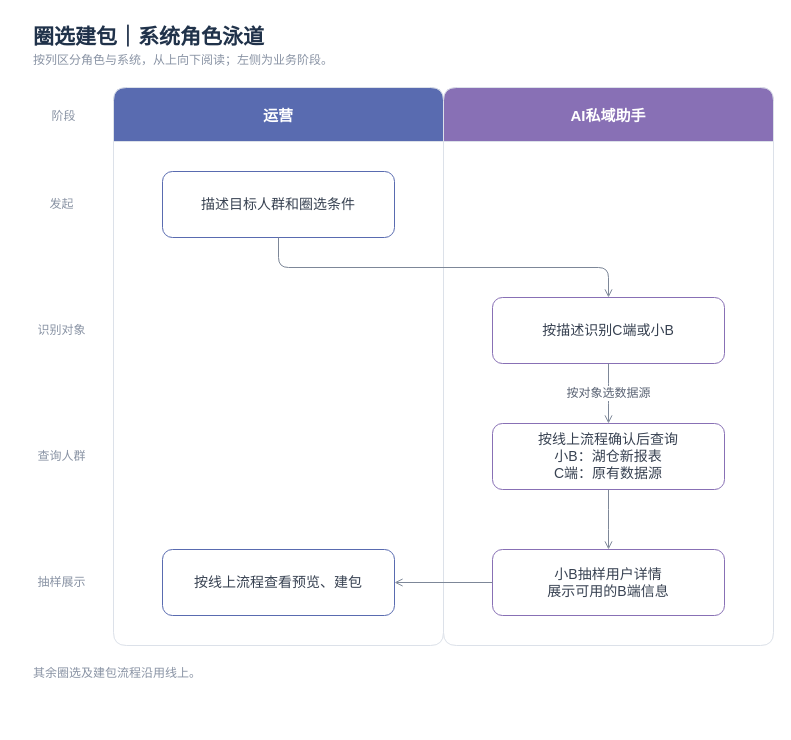
Above: page "圈选建包｜系统角色泳道" (1 of 3) of message-notifications/消息通知-角色与系统业务流程.drawio in JZT-AI/ai-proactive-activation (draw.io), before the change. Source tidied: cells renumbered, new cells numbered last; positions are measured from the earlier drawing's top-left corner, leaving out a move shared by most shapes. Both pictures are drawn from the tidied source at 100%, with x=0, y=0 at pixel (17, 17).
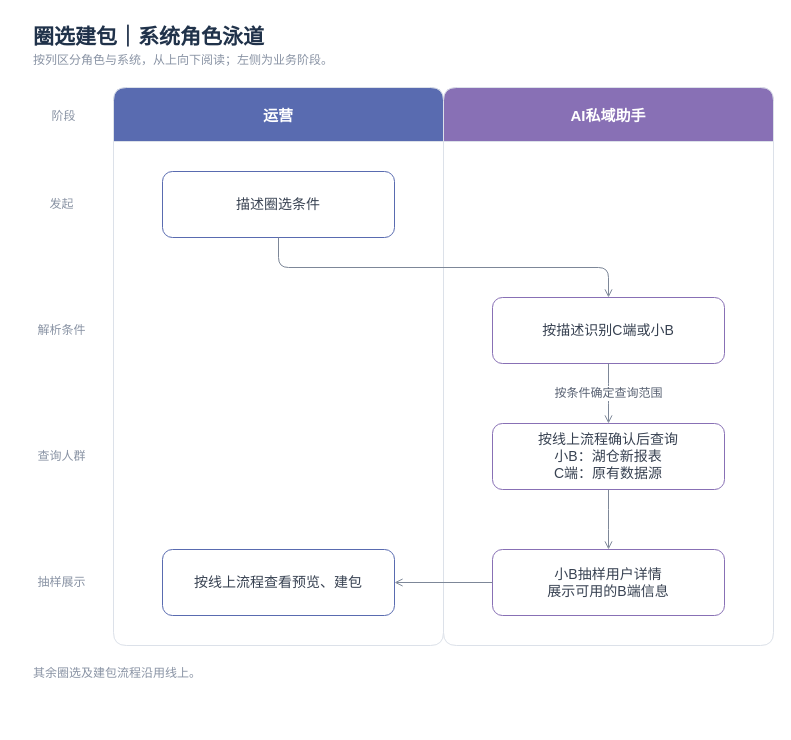
After the change.

Unchanged cells that the change refers to:
```xml
<mxCell id="5" value="运营" style="swimlane;horizontal=1;startSize=54;rounded=1;arcSize=8;fillColor=#596bb0;swimlaneFillColor=#ffffff;strokeColor=#dce1e9;fontColor=#ffffff;fontSize=15;fontStyle=1;" parent="1" vertex="1">
  <mxGeometry x="96" y="70" width="330" height="558" as="geometry" />
</mxCell>
<mxCell id="12" value="按描述识别C端或小B" style="rounded=1;whiteSpace=wrap;html=1;fillColor=#ffffff;strokeColor=#8870b5;strokeWidth=1;fontColor=#374151;fontSize=14;spacing=8;" parent="6" vertex="1">
  <mxGeometry x="49" y="210" width="232" height="66" as="geometry" />
</mxCell>
<mxCell id="13" value="按线上流程确认后查询&lt;br&gt;小B：湖仓新报表&lt;br&gt;C端：原有数据源" style="rounded=1;whiteSpace=wrap;html=1;fillColor=#ffffff;strokeColor=#8870b5;strokeWidth=1;fontColor=#374151;fontSize=14;spacing=8;" parent="6" vertex="1">
  <mxGeometry x="49" y="336" width="232" height="66" as="geometry" />
</mxCell>
```

Change to the diagram source:
```diff
@@
-    <mxCell id="8" value="识别对象" style="text;html=1;fontSize=12;fontColor=#8993a4;align=center;" parent="1" vertex="1">
+    <mxCell id="8" value="解析条件" style="text;html=1;fontSize=12;fontColor=#8993a4;align=center;" parent="1" vertex="1">
       <mxGeometry y="299" width="88" height="28" as="geometry" />
     </mxCell>
@@
-    <mxCell id="11" value="描述目标人群和圈选条件" style="rounded=1;whiteSpace=wrap;html=1;fillColor=#ffffff;strokeColor=#596bb0;strokeWidth=1;fontColor=#374151;fontSize=14;spacing=8;" parent="5" vertex="1">
+    <mxCell id="11" value="描述圈选条件" style="rounded=1;whiteSpace=wrap;html=1;fillColor=#ffffff;strokeColor=#596bb0;strokeWidth=1;fontColor=#374151;fontSize=14;spacing=8;" parent="5" vertex="1">
       <mxGeometry x="49" y="84" width="232" height="66" as="geometry" />
     </mxCell>
@@
-    <mxCell id="17" value="按对象选数据源" style="edgeStyle=orthogonalEdgeStyle;rounded=1;html=1;strokeColor=#7d8798;strokeWidth=1;fontSize=12;fontColor=#596273;labelBackgroundColor=#ffffff;endArrow=open;endFill=0;exitX=0.5;exitY=1;entryX=0.5;entryY=0;" parent="1" edge="1" source="12" target="13">
+    <mxCell id="17" value="按条件确定查询范围" style="edgeStyle=orthogonalEdgeStyle;rounded=1;html=1;strokeColor=#7d8798;strokeWidth=1;fontSize=12;fontColor=#596273;labelBackgroundColor=#ffffff;endArrow=open;endFill=0;exitX=0.5;exitY=1;entryX=0.5;entryY=0;" parent="1" edge="1" source="12" target="13">
       <mxGeometry relative="1" as="geometry">
         <Array as="points">
           <mxPoint x="591" y="376" />
           <mxPoint x="591" y="376" />
         </Array>
       </mxGeometry>
     </mxCell>
```
